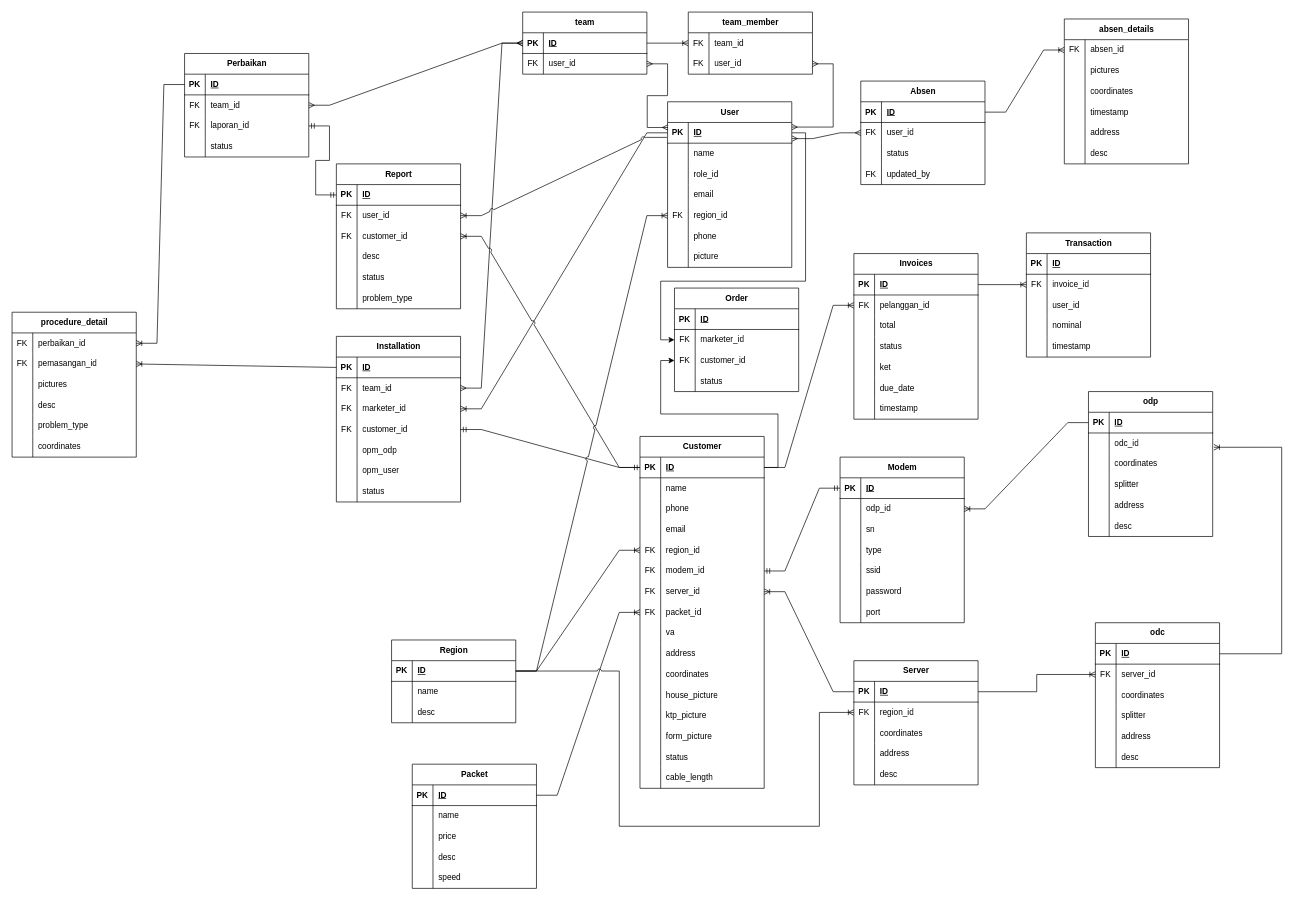
muhamadArdalepa/big-diagrams keeps this draw.io diagram as Untitled Diagram.drawio. Above is the earlier version. Source tidied: cells renumbered, new cells numbered last; positions are measured from the earlier drawing's top-left corner, leaving out a move shared by most shapes. Both pictures are drawn from the tidied source at 69%, with x=0, y=0 at pixel (12, 12).
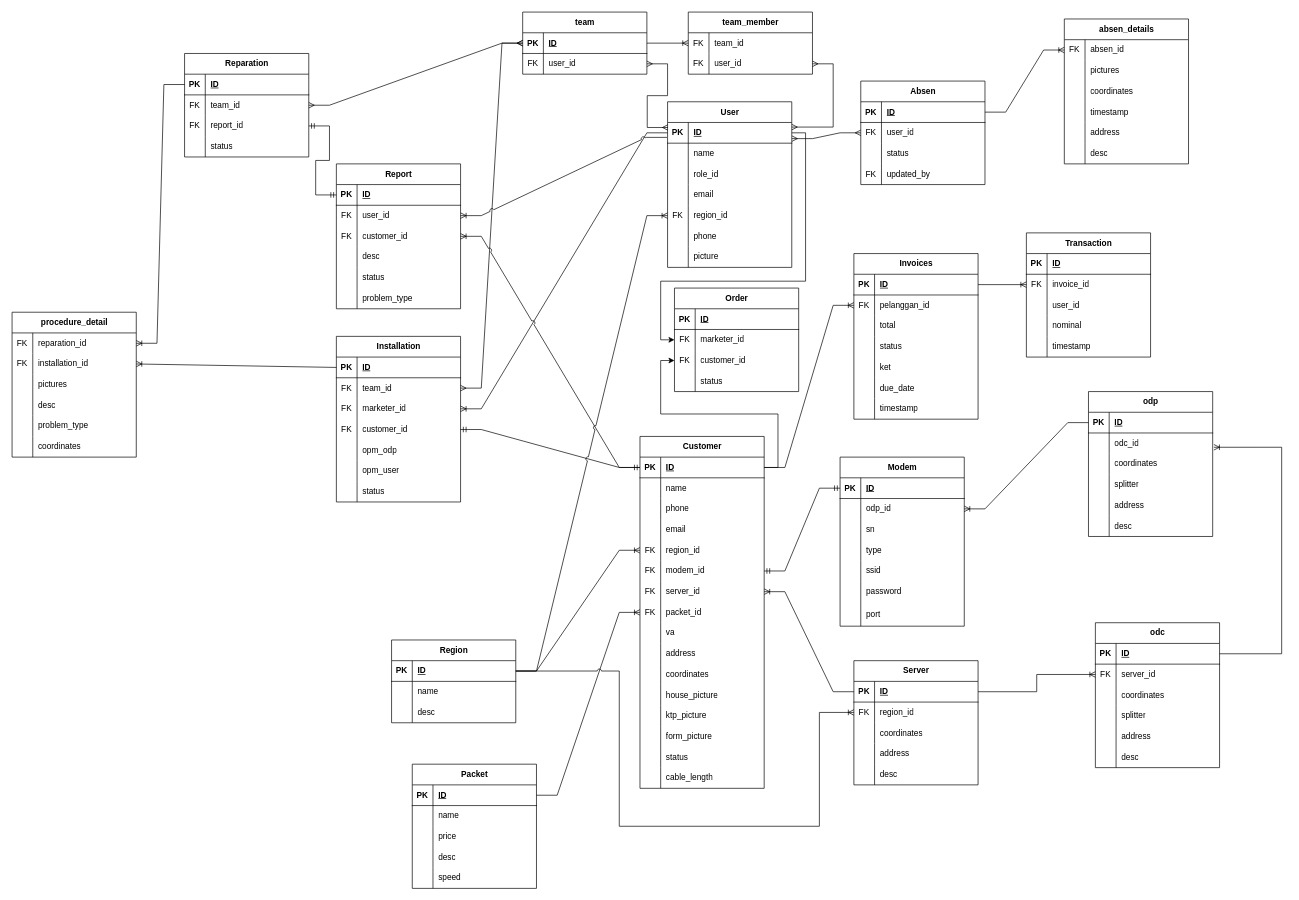
The same page after the edit.

The change refers to these unchanged cells:
```xml
<mxCell id="230" style="shape=tableRow;horizontal=0;startSize=0;swimlaneHead=0;swimlaneBody=0;fillColor=none;points=[[0,0.5],[1,0.5]];portConstraint=eastwest;top=0;left=0;right=0;bottom=0;" parent="229" vertex="1">
  <mxGeometry y="30" width="180" height="30" as="geometry" />
</mxCell>
<mxCell id="233" style="shape=tableRow;horizontal=0;startSize=0;swimlaneHead=0;swimlaneBody=0;fillColor=none;points=[[0,0.5],[1,0.5]];portConstraint=eastwest;top=0;left=0;right=0;bottom=0;" parent="229" vertex="1">
  <mxGeometry y="60" width="180" height="30" as="geometry" />
</mxCell>
<mxCell id="303" style="shape=tableRow;horizontal=0;startSize=0;swimlaneHead=0;swimlaneBody=0;fillColor=none;points=[[0,0.5],[1,0.5]];portConstraint=eastwest;top=0;left=0;right=0;bottom=0;" parent="296" vertex="1">
  <mxGeometry y="90" width="180" height="30" as="geometry" />
</mxCell>
```

Change to the diagram source:
```diff
@@
     <mxCell id="115" value="Modem" style="shape=table;startSize=30;childLayout=tableLayout;rowLines=0;fontStyle=1;align=center;html=1;" parent="1" vertex="1">
-      <mxGeometry x="1200" y="645" width="180" height="240" as="geometry" />
+      <mxGeometry x="1200" y="645" width="180" height="245" as="geometry" />
     </mxCell>
@@
     <mxCell id="134" style="shape=tableRow;horizontal=0;startSize=0;swimlaneHead=0;swimlaneBody=0;fillColor=none;top=0;left=0;right=0;bottom=0;" parent="115" vertex="1">
-      <mxGeometry y="210" width="180" height="30" as="geometry" />
+      <mxGeometry y="210" width="180" height="35" as="geometry" />
     </mxCell>
     <mxCell id="135" style="shape=partialRectangle;fillColor=none;top=0;left=0;bottom=0;right=0;overflow=hidden;whiteSpace=wrap;html=1;" parent="134" vertex="1">
-      <mxGeometry width="30" height="30" as="geometry" />
+      <mxGeometry width="30" height="35" as="geometry" />
     </mxCell>
     <mxCell id="136" value="port" style="shape=partialRectangle;fillColor=none;top=0;left=0;bottom=0;right=0;align=left;spacingLeft=6;overflow=hidden;whiteSpace=wrap;html=1;" parent="134" vertex="1">
-      <mxGeometry x="30" width="150" height="30" as="geometry" />
+      <mxGeometry x="30" width="150" height="35" as="geometry" />
     </mxCell>
@@
-    <mxCell id="232" value="perbaikan_id" style="shape=partialRectangle;fillColor=none;top=0;left=0;bottom=0;right=0;align=left;spacingLeft=6;overflow=hidden;whiteSpace=wrap;html=1;" parent="230" vertex="1">
+    <mxCell id="232" value="reparation_id" style="shape=partialRectangle;fillColor=none;top=0;left=0;bottom=0;right=0;align=left;spacingLeft=6;overflow=hidden;whiteSpace=wrap;html=1;" parent="230" vertex="1">
       <mxGeometry x="30" width="150" height="30" as="geometry" />
     </mxCell>
@@
-    <mxCell id="235" value="pemasangan_id" style="shape=partialRectangle;fillColor=none;top=0;left=0;bottom=0;right=0;align=left;spacingLeft=6;overflow=hidden;whiteSpace=wrap;html=1;" parent="233" vertex="1">
+    <mxCell id="235" value="installation_id" style="shape=partialRectangle;fillColor=none;top=0;left=0;bottom=0;right=0;align=left;spacingLeft=6;overflow=hidden;whiteSpace=wrap;html=1;" parent="233" vertex="1">
       <mxGeometry x="30" width="150" height="30" as="geometry" />
     </mxCell>
@@
-    <mxCell id="296" value="Perbaikan" style="shape=table;startSize=30;childLayout=tableLayout;rowLines=0;fontStyle=1;align=center;html=1;" parent="1" vertex="1">
+    <mxCell id="296" value="Reparation" style="shape=table;startSize=30;childLayout=tableLayout;rowLines=0;fontStyle=1;align=center;html=1;" parent="1" vertex="1">
       <mxGeometry x="250" y="60" width="180" height="150" as="geometry" />
     </mxCell>
@@
-    <mxCell id="305" value="laporan_id" style="shape=partialRectangle;fillColor=none;top=0;left=0;bottom=0;right=0;align=left;spacingLeft=6;overflow=hidden;whiteSpace=wrap;html=1;" parent="303" vertex="1">
+    <mxCell id="305" value="report_id" style="shape=partialRectangle;fillColor=none;top=0;left=0;bottom=0;right=0;align=left;spacingLeft=6;overflow=hidden;whiteSpace=wrap;html=1;" parent="303" vertex="1">
       <mxGeometry x="30" width="150" height="30" as="geometry" />
     </mxCell>
```
